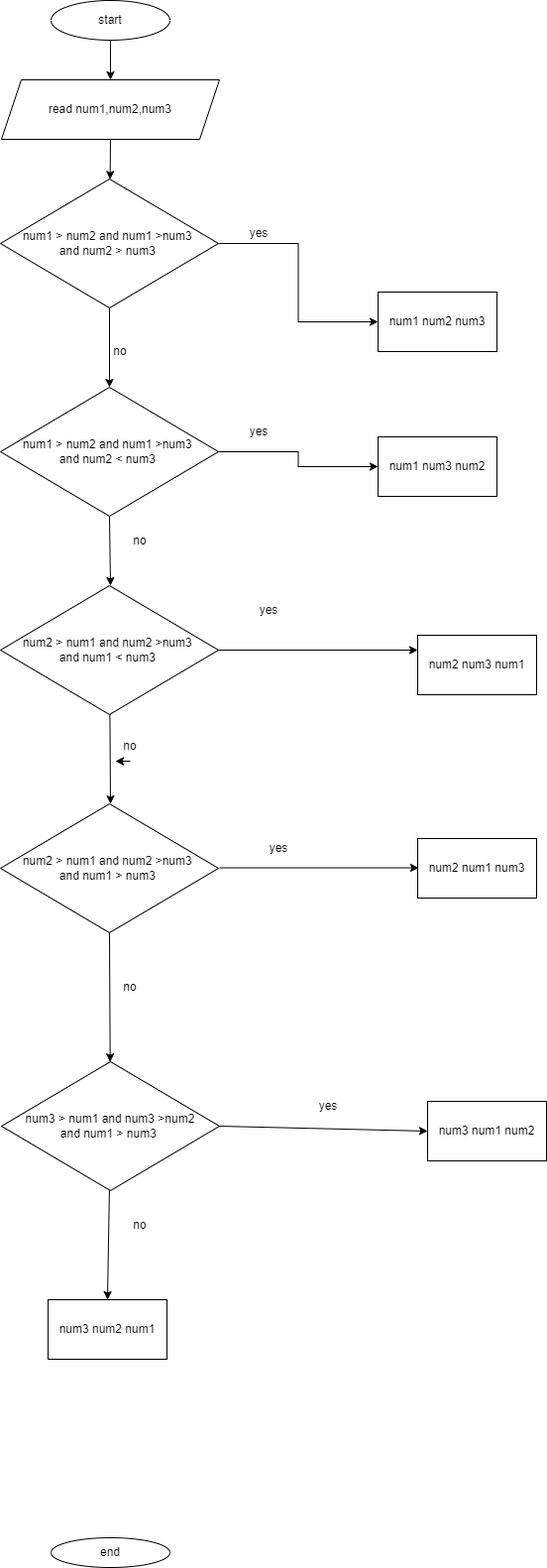
The draw.io diagram flow chart for sorting three number.drawio.png in abenooo/alx-pre_course, before a commit. Source tidied: cells renumbered, new cells last; positions are measured from the earlier drawing's top-left corner, leaving out a move shared by most shapes. Its diagram source:
```xml
<mxGraphModel>
  <root>
    <mxCell id="0" />
    <mxCell id="1" parent="0" />
    <mxCell id="2" value="start" style="ellipse;whiteSpace=wrap;html=1;" parent="1" vertex="1">
      <mxGeometry x="51" width="120" height="40" as="geometry" />
    </mxCell>
    <mxCell id="3" style="endArrow=classic;html=1;rounded=0;startArrow=none;" parent="1" edge="1" source="6">
      <mxGeometry relative="1" as="geometry">
        <mxPoint x="111" y="140" as="targetPoint" />
      </mxGeometry>
    </mxCell>
    <mxCell id="4" value="end" style="ellipse;whiteSpace=wrap;html=1;" parent="1" vertex="1">
      <mxGeometry x="51" y="1550" width="120" height="30" as="geometry" />
    </mxCell>
    <mxCell id="5" style="edgeStyle=orthogonalEdgeStyle;rounded=0;jettySize=auto;html=1;exitX=0.5;exitY=1;exitDx=0;exitDy=0;entryX=0.5;entryY=0;entryDx=0;entryDy=0;" parent="1" edge="1" target="6">
      <mxGeometry relative="1" as="geometry">
        <mxPoint x="111" y="40" as="sourcePoint" />
      </mxGeometry>
    </mxCell>
    <mxCell id="6" value="read num1,num2,num3" style="shape=parallelogram;perimeter=parallelogramPerimeter;whiteSpace=wrap;html=1;fixedSize=1;" parent="1" vertex="1">
      <mxGeometry x="1" y="80" width="220" height="60" as="geometry" />
    </mxCell>
    <mxCell id="7" style="edgeStyle=orthogonalEdgeStyle;rounded=0;jettySize=auto;html=1;" parent="1" edge="1" source="8" target="9">
      <mxGeometry relative="1" as="geometry" />
    </mxCell>
    <mxCell id="8" value="&lt;span&gt;num1 &amp;gt; num2 and num1 &amp;gt;num3 &lt;br&gt;and num2 &amp;gt; num3&amp;nbsp;&lt;/span&gt;" style="rhombus;whiteSpace=wrap;html=1;" parent="1" vertex="1">
      <mxGeometry y="180" width="220" height="130" as="geometry" />
    </mxCell>
    <mxCell id="9" value="num1 num2 num3" style="whiteSpace=wrap;html=1;" parent="1" vertex="1">
      <mxGeometry x="381" y="294" width="120" height="60" as="geometry" />
    </mxCell>
    <mxCell id="10" value="no&lt;br&gt;" style="text;html=1;strokeColor=none;fillColor=none;align=center;verticalAlign=middle;whiteSpace=wrap;rounded=0;" parent="1" vertex="1">
      <mxGeometry x="91" y="338.5" width="60" height="30" as="geometry" />
    </mxCell>
    <mxCell id="11" value="yes&lt;br&gt;" style="text;html=1;strokeColor=none;fillColor=none;align=center;verticalAlign=middle;whiteSpace=wrap;rounded=0;" parent="1" vertex="1">
      <mxGeometry x="231" y="220" width="60" height="30" as="geometry" />
    </mxCell>
    <mxCell id="12" style="edgeStyle=orthogonalEdgeStyle;rounded=0;jettySize=auto;html=1;exitX=1;exitY=0.5;exitDx=0;exitDy=0;entryX=0;entryY=0.5;entryDx=0;entryDy=0;" parent="1" edge="1" source="13" target="14">
      <mxGeometry relative="1" as="geometry" />
    </mxCell>
    <mxCell id="13" value="&lt;span&gt;num1 &amp;gt; num2 and num1 &amp;gt;num3 &lt;br&gt;and num2 &amp;lt; num3&amp;nbsp;&lt;/span&gt;" style="rhombus;whiteSpace=wrap;html=1;" parent="1" vertex="1">
      <mxGeometry y="390" width="220" height="130" as="geometry" />
    </mxCell>
    <mxCell id="14" value="num1 num3 num2" style="whiteSpace=wrap;html=1;" parent="1" vertex="1">
      <mxGeometry x="381" y="440" width="120" height="60" as="geometry" />
    </mxCell>
    <mxCell id="15" value="yes&lt;br&gt;" style="text;html=1;strokeColor=none;fillColor=none;align=center;verticalAlign=middle;whiteSpace=wrap;rounded=0;" parent="1" vertex="1">
      <mxGeometry x="231" y="420" width="60" height="30" as="geometry" />
    </mxCell>
    <mxCell id="16" style="endArrow=classic;html=1;rounded=0;exitX=0.5;exitY=1;exitDx=0;exitDy=0;" parent="1" edge="1" source="6" target="8">
      <mxGeometry relative="1" as="geometry" />
    </mxCell>
    <mxCell id="17" style="endArrow=classic;html=1;rounded=0;exitX=0.5;exitY=1;exitDx=0;exitDy=0;entryX=0.5;entryY=0;entryDx=0;entryDy=0;" parent="1" edge="1" source="8" target="13">
      <mxGeometry relative="1" as="geometry" />
    </mxCell>
    <mxCell id="18" style="endArrow=classic;html=1;rounded=0;exitX=0.5;exitY=1;exitDx=0;exitDy=0;" parent="1" edge="1" source="13">
      <mxGeometry relative="1" as="geometry">
        <mxPoint x="111" y="590" as="targetPoint" />
      </mxGeometry>
    </mxCell>
    <mxCell id="19" value="&lt;span&gt;num2 &amp;gt; num1 and num2 &amp;gt;num3 &lt;br&gt;and num1 &amp;lt; num3&amp;nbsp;&lt;/span&gt;" style="rhombus;whiteSpace=wrap;html=1;" parent="1" vertex="1">
      <mxGeometry y="590" width="220" height="130" as="geometry" />
    </mxCell>
    <mxCell id="20" value="num2 num3 num1" style="whiteSpace=wrap;html=1;" parent="1" vertex="1">
      <mxGeometry x="421" y="640" width="120" height="60" as="geometry" />
    </mxCell>
    <mxCell id="21" value="yes&lt;br&gt;" style="text;html=1;strokeColor=none;fillColor=none;align=center;verticalAlign=middle;whiteSpace=wrap;rounded=0;" parent="1" vertex="1">
      <mxGeometry x="241" y="600" width="60" height="30" as="geometry" />
    </mxCell>
    <mxCell id="22" style="endArrow=classic;html=1;rounded=0;exitX=1;exitY=0.5;exitDx=0;exitDy=0;entryX=0;entryY=0.25;entryDx=0;entryDy=0;" parent="1" edge="1" source="19" target="20">
      <mxGeometry relative="1" as="geometry" />
    </mxCell>
    <mxCell id="23" value="no&lt;br&gt;" style="text;html=1;strokeColor=none;fillColor=none;align=center;verticalAlign=middle;whiteSpace=wrap;rounded=0;" parent="1" vertex="1">
      <mxGeometry x="101" y="737" width="60" height="30" as="geometry" />
    </mxCell>
    <mxCell id="24" style="endArrow=classic;html=1;rounded=0;" parent="1" edge="1" source="19">
      <mxGeometry relative="1" as="geometry">
        <mxPoint x="111" y="810" as="targetPoint" />
      </mxGeometry>
    </mxCell>
    <mxCell id="25" value="&lt;span&gt;num2 &amp;gt; num1 and num2 &amp;gt;num3 &lt;br&gt;and num1 &amp;gt; num3&amp;nbsp;&lt;/span&gt;" style="rhombus;whiteSpace=wrap;html=1;" parent="1" vertex="1">
      <mxGeometry y="810" width="220" height="130" as="geometry" />
    </mxCell>
    <mxCell id="26" value="num2 num1 num3" style="whiteSpace=wrap;html=1;" parent="1" vertex="1">
      <mxGeometry x="421" y="845" width="120" height="60" as="geometry" />
    </mxCell>
    <mxCell id="27" style="endArrow=classic;html=1;rounded=0;exitX=1;exitY=0.5;exitDx=0;exitDy=0;entryX=0;entryY=0.25;entryDx=0;entryDy=0;" parent="1" edge="1">
      <mxGeometry relative="1" as="geometry">
        <mxPoint x="221" y="874.5" as="sourcePoint" />
        <mxPoint x="422" y="874.5" as="targetPoint" />
      </mxGeometry>
    </mxCell>
    <mxCell id="28" value="&lt;span&gt;num3 &amp;gt; num1 and num3 &amp;gt;num2&lt;br&gt;and num1 &amp;gt; num3&amp;nbsp;&lt;/span&gt;" style="rhombus;whiteSpace=wrap;html=1;" parent="1" vertex="1">
      <mxGeometry x="1" y="1070" width="220" height="130" as="geometry" />
    </mxCell>
    <mxCell id="29" value="num3 num1 num2" style="whiteSpace=wrap;html=1;" parent="1" vertex="1">
      <mxGeometry x="431" y="1110" width="120" height="60" as="geometry" />
    </mxCell>
    <mxCell id="30" style="endArrow=classic;html=1;rounded=0;entryX=0;entryY=0.5;entryDx=0;entryDy=0;exitX=1;exitY=0.5;exitDx=0;exitDy=0;" parent="1" edge="1" source="28" target="29">
      <mxGeometry relative="1" as="geometry" />
    </mxCell>
    <mxCell id="31" style="endArrow=classic;html=1;rounded=0;exitX=0.5;exitY=1;exitDx=0;exitDy=0;" parent="1" edge="1" source="25" target="28">
      <mxGeometry relative="1" as="geometry" />
    </mxCell>
    <mxCell id="32" value="no&lt;br&gt;" style="text;html=1;strokeColor=none;fillColor=none;align=center;verticalAlign=middle;whiteSpace=wrap;rounded=0;" parent="1" vertex="1">
      <mxGeometry x="101" y="980" width="60" height="30" as="geometry" />
    </mxCell>
    <mxCell id="33" value="yes" style="text;html=1;strokeColor=none;fillColor=none;align=center;verticalAlign=middle;whiteSpace=wrap;rounded=0;" parent="1" vertex="1">
      <mxGeometry x="301" y="1100" width="60" height="30" as="geometry" />
    </mxCell>
    <mxCell id="34" value="yes&lt;br&gt;" style="text;html=1;strokeColor=none;fillColor=none;align=center;verticalAlign=middle;whiteSpace=wrap;rounded=0;" parent="1" vertex="1">
      <mxGeometry x="251" y="840" width="60" height="30" as="geometry" />
    </mxCell>
    <mxCell id="35" value="no" style="text;html=1;strokeColor=none;fillColor=none;align=center;verticalAlign=middle;whiteSpace=wrap;rounded=0;" parent="1" vertex="1">
      <mxGeometry x="111" y="1220" width="60" height="30" as="geometry" />
    </mxCell>
    <mxCell id="36" value="num3 num2 num1" style="whiteSpace=wrap;html=1;" parent="1" vertex="1">
      <mxGeometry x="48" y="1310" width="120" height="60" as="geometry" />
    </mxCell>
    <mxCell id="37" style="endArrow=classic;html=1;rounded=0;entryX=0.5;entryY=0;entryDx=0;entryDy=0;" parent="1" edge="1" source="28" target="36">
      <mxGeometry relative="1" as="geometry" />
    </mxCell>
    <mxCell id="38" style="edgeStyle=orthogonalEdgeStyle;rounded=0;orthogonalLoop=1;jettySize=auto;html=1;exitX=0.5;exitY=1;exitDx=0;exitDy=0;entryX=0.25;entryY=1;entryDx=0;entryDy=0;" parent="1" edge="1" source="23" target="23">
      <mxGeometry relative="1" as="geometry" />
    </mxCell>
    <mxCell id="39" value="no&lt;br&gt;" style="text;html=1;strokeColor=none;fillColor=none;align=center;verticalAlign=middle;whiteSpace=wrap;rounded=0;" parent="1" vertex="1">
      <mxGeometry x="111" y="530" width="60" height="30" as="geometry" />
    </mxCell>
  </root>
</mxGraphModel>
```
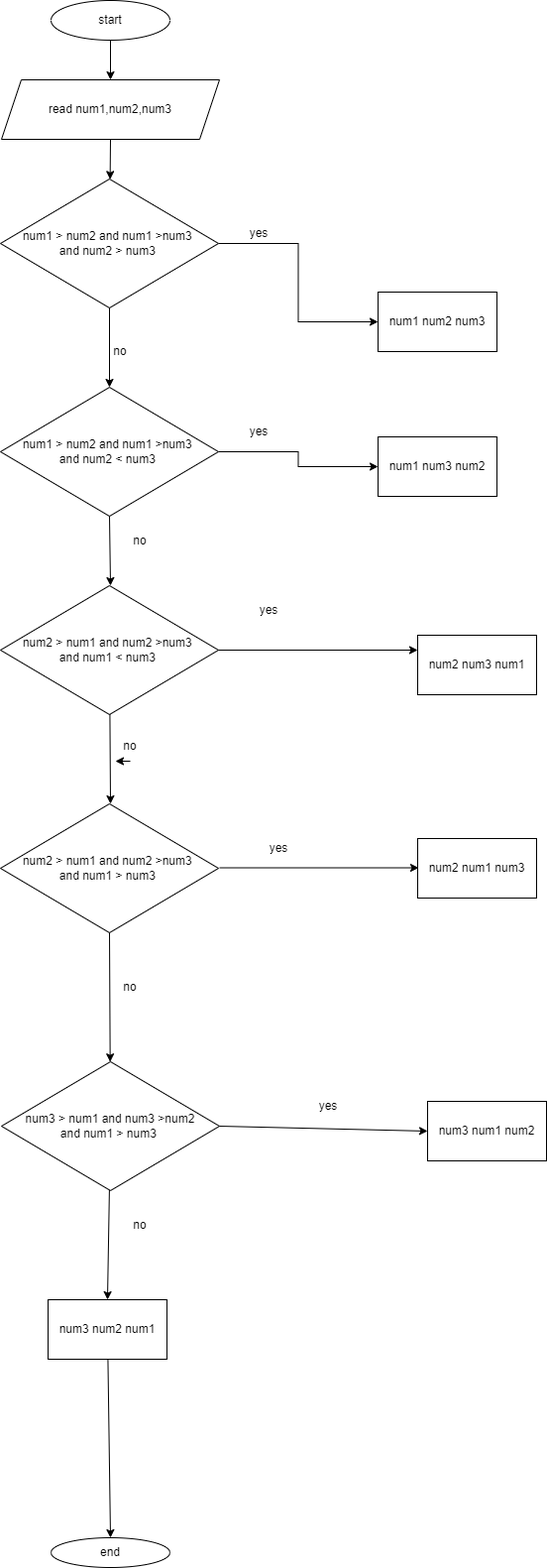
After the change.

What changed in the source:
```diff
@@ -127,5 +127,8 @@
     <mxCell id="39" value="no&lt;br&gt;" style="text;html=1;strokeColor=none;fillColor=none;align=center;verticalAlign=middle;whiteSpace=wrap;rounded=0;" parent="1" vertex="1">
       <mxGeometry x="111" y="530" width="60" height="30" as="geometry" />
     </mxCell>
+    <mxCell id="40" style="endArrow=classic;html=1;rounded=0;entryX=0.5;entryY=0;entryDx=0;entryDy=0;" parent="1" edge="1" source="36" target="4">
+      <mxGeometry relative="1" as="geometry" />
+    </mxCell>
   </root>
 </mxGraphModel>
```
